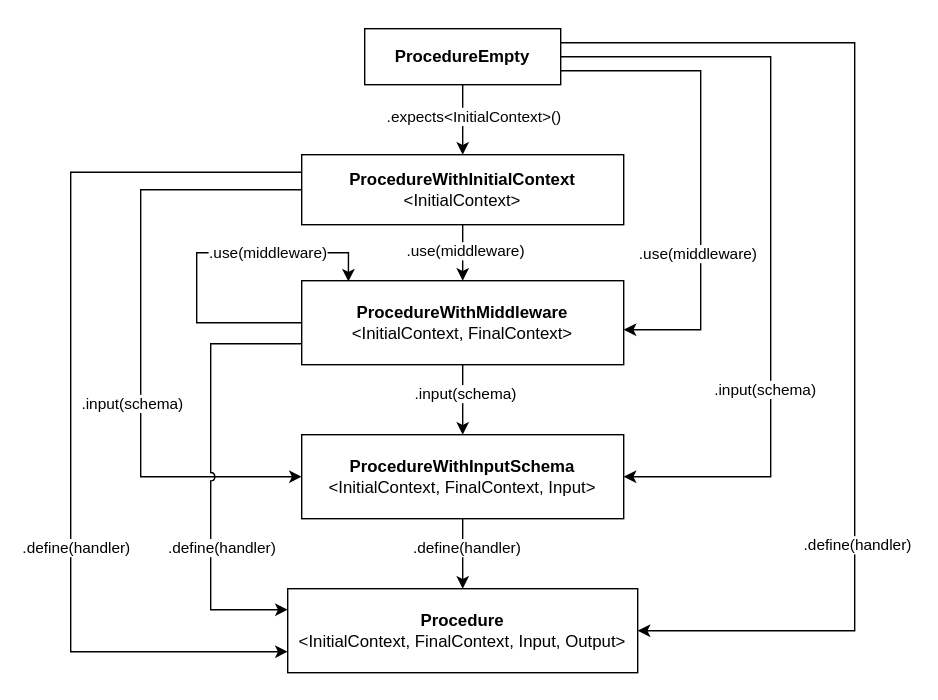
This is docs/procedure-builder.drawio.svg from petrhdk/rpc, a draw.io export, as it was before one commit. Source tidied: cells renumbered, new cells last; positions are measured from the earlier drawing's top-left corner, leaving out a move shared by most shapes.
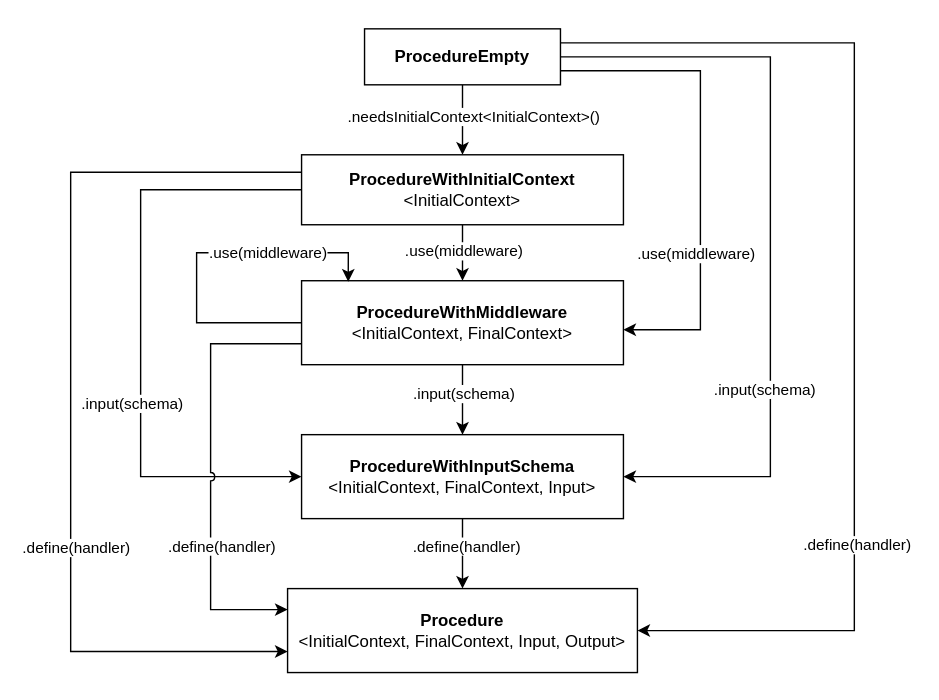
Above is the later version.

Commit message:
change: `procedure`: rename `.expects()` → `.needsInitialContext()`

Diff of the diagram source:
```diff
@@ -12,7 +12,7 @@
         </Array>
       </mxGeometry>
     </mxCell>
-    <mxCell id="4" value=".expects&amp;lt;InitialContext&amp;gt;()" style="edgeLabel;html=1;align=center;verticalAlign=middle;" parent="3" vertex="1">
+    <mxCell id="4" value=".needsInitialContext&amp;lt;InitialContext&amp;gt;()" style="edgeLabel;html=1;align=center;verticalAlign=middle;" parent="3" vertex="1">
       <mxGeometry x="-0.12" y="1" relative="1" as="geometry">
         <mxPoint x="6" as="offset" />
       </mxGeometry>
```
